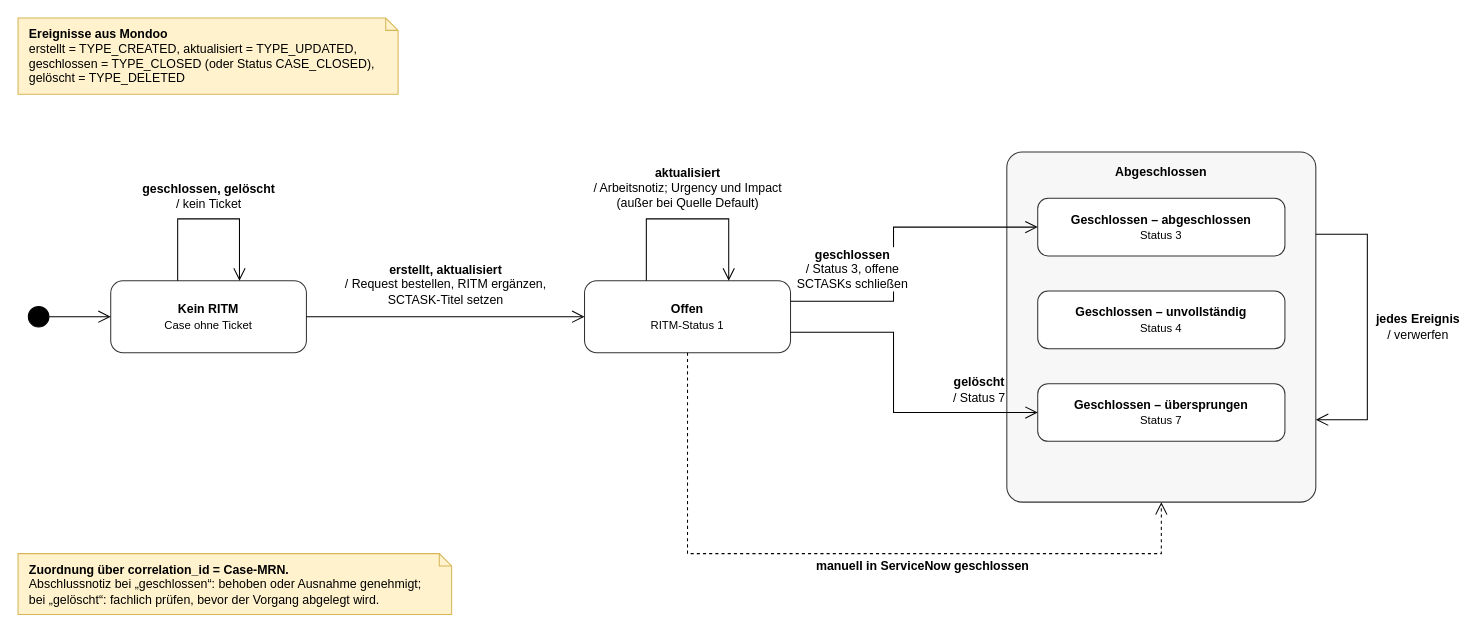
Before: docs/ticket-states.drawio in MarDolli09/mondoo_webhook, a draw.io diagram. Source tidied: cells renumbered, new cells numbered last; positions are measured from the earlier drawing's top-left corner, leaving out a move shared by most shapes. Both pictures are drawn from the tidied source at 103%, with x=0, y=0 at pixel (18, 18).
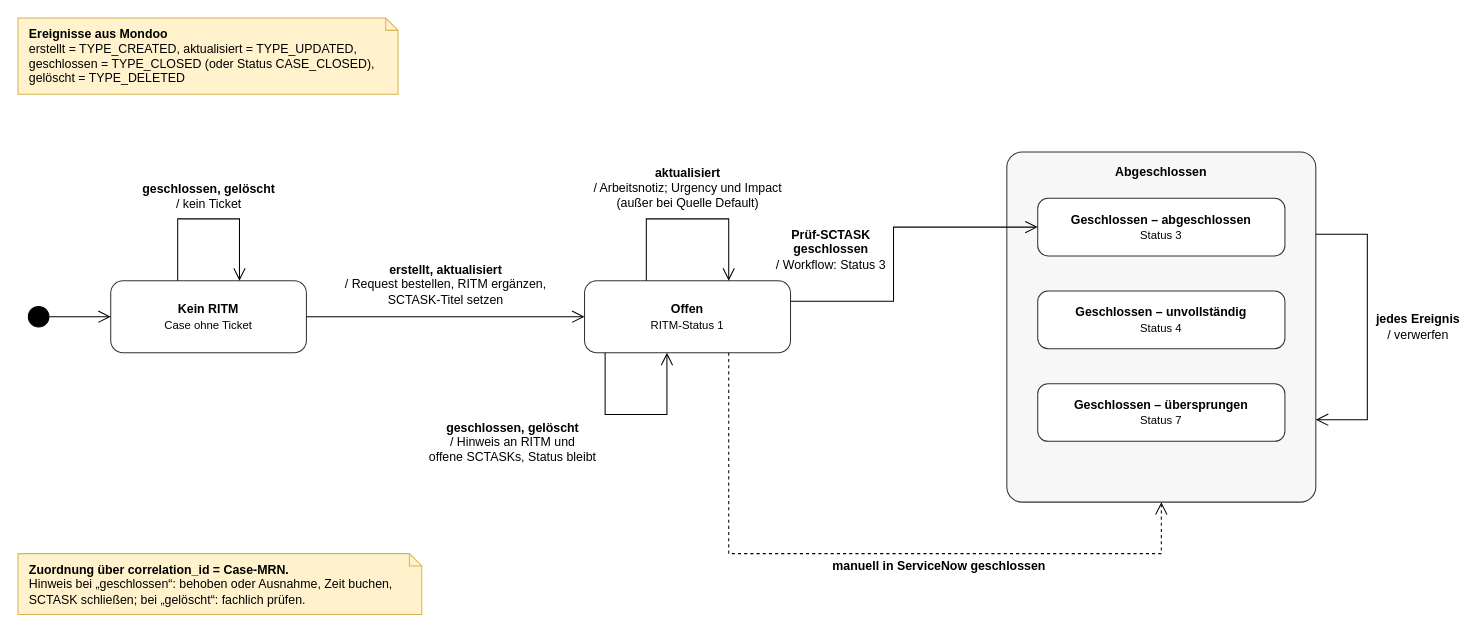
The same diagram, later.

The change refers to these unchanged cells:
```xml
<mxCell id="5" value="&lt;b&gt;Offen&lt;/b&gt;&lt;br&gt;&lt;span style=&quot;font-size:11px&quot;&gt;RITM-Status 1&lt;/span&gt;" style="rounded=1;whiteSpace=wrap;html=1;fillColor=#FFFFFF;strokeColor=#333333;fontSize=12;fontColor=#000000;align=center;verticalAlign=middle;spacing=8;strokeWidth=1;arcSize=17;" parent="1" vertex="1">
  <mxGeometry x="550" y="255" width="200" height="70" as="geometry" />
</mxCell>
<mxCell id="6" value="&lt;b&gt;Abgeschlossen&lt;/b&gt;" style="rounded=1;whiteSpace=wrap;html=1;fillColor=#F7F7F7;strokeColor=#333333;fontSize=12;fontColor=#000000;align=center;verticalAlign=top;spacing=8;strokeWidth=1;arcSize=5;" parent="1" vertex="1">
  <mxGeometry x="960" y="130" width="300" height="340" as="geometry" />
</mxCell>
<mxCell id="7" value="&lt;b&gt;Geschlossen – abgeschlossen&lt;/b&gt;&lt;br&gt;&lt;span style=&quot;font-size:11px&quot;&gt;Status 3&lt;/span&gt;" style="rounded=1;whiteSpace=wrap;html=1;fillColor=#FFFFFF;strokeColor=#333333;fontSize=12;fontColor=#000000;align=center;verticalAlign=middle;spacing=8;strokeWidth=1;arcSize=18;" parent="1" vertex="1">
  <mxGeometry x="990" y="175" width="240" height="56" as="geometry" />
</mxCell>
<mxCell id="9" value="&lt;b&gt;Geschlossen – übersprungen&lt;/b&gt;&lt;br&gt;&lt;span style=&quot;font-size:11px&quot;&gt;Status 7&lt;/span&gt;" style="rounded=1;whiteSpace=wrap;html=1;fillColor=#FFFFFF;strokeColor=#333333;fontSize=12;fontColor=#000000;align=center;verticalAlign=middle;spacing=8;strokeWidth=1;arcSize=18;" parent="1" vertex="1">
  <mxGeometry x="990" y="355" width="240" height="56" as="geometry" />
</mxCell>
```

What changed in the source:
```diff
@@
-    <mxCell id="10" value="&lt;b&gt;Zuordnung über correlation_id = Case-MRN.&lt;/b&gt;&lt;br&gt;Abschlussnotiz bei „geschlossen“: behoben oder Ausnahme genehmigt;&lt;br&gt;bei „gelöscht“: fachlich prüfen, bevor der Vorgang abgelegt wird." style="shape=note;whiteSpace=wrap;html=1;size=12;fillColor=#FFF2CC;strokeColor=#D6B656;align=left;verticalAlign=middle;spacingLeft=9;fontSize=12;fontColor=#000000;" parent="1" vertex="1">
-      <mxGeometry y="520" width="421" height="59" as="geometry" />
+    <mxCell id="10" value="&lt;b&gt;Zuordnung über correlation_id = Case-MRN.&lt;/b&gt;&lt;br&gt;Hinweis bei „geschlossen“: behoben oder Ausnahme, Zeit buchen,&lt;br&gt;SCTASK schließen; bei „gelöscht“: fachlich prüfen." style="shape=note;whiteSpace=wrap;html=1;size=12;fillColor=#FFF2CC;strokeColor=#D6B656;align=left;verticalAlign=middle;spacingLeft=9;fontSize=12;fontColor=#000000;" parent="1" vertex="1">
+      <mxGeometry y="520" width="392" height="59" as="geometry" />
     </mxCell>
@@
-    <mxCell id="15" value="&lt;b&gt;geschlossen&lt;/b&gt;&lt;br&gt;/ Status 3, offene&lt;br&gt;SCTASKs schließen" style="html=1;rounded=0;edgeStyle=orthogonalEdgeStyle;strokeColor=#000000;fontSize=12;fontColor=#000000;endArrow=open;endSize=10;labelBackgroundColor=#FFFFFF;exitX=1.0000;exitY=0.2857;exitDx=0;exitDy=0;exitPerimeter=0;entryX=0.0000;entryY=0.5000;entryDx=0;entryDy=0;entryPerimeter=0;" parent="1" edge="1" source="5" target="7">
-      <mxGeometry x="-0.6" relative="1" as="geometry">
+    <mxCell id="15" value="&lt;b&gt;Prüf-SCTASK&lt;/b&gt;&lt;br&gt;&lt;b&gt;geschlossen&lt;/b&gt;&lt;br&gt;/ Workflow: Status 3" style="html=1;rounded=0;edgeStyle=orthogonalEdgeStyle;strokeColor=#000000;fontSize=12;fontColor=#000000;endArrow=open;endSize=10;labelBackgroundColor=none;exitX=1.0000;exitY=0.2857;exitDx=0;exitDy=0;exitPerimeter=0;entryX=0.0000;entryY=0.5000;entryDx=0;entryDy=0;entryPerimeter=0;" parent="1" edge="1" source="5" target="7">
+      <mxGeometry x="-0.04" relative="1" as="geometry">
         <Array as="points">
           <mxPoint x="850" y="275" />
           <mxPoint x="850" y="203" />
         </Array>
-        <mxPoint x="-2" y="-31" as="offset" />
+        <mxPoint x="-61" as="offset" />
       </mxGeometry>
     </mxCell>
-    <mxCell id="16" value="&lt;b&gt;gelöscht&lt;/b&gt;&lt;br&gt;/ Status 7" style="html=1;rounded=0;edgeStyle=orthogonalEdgeStyle;strokeColor=#000000;fontSize=12;fontColor=#000000;endArrow=open;endSize=10;labelBackgroundColor=#FFFFFF;exitX=1.0000;exitY=0.7143;exitDx=0;exitDy=0;exitPerimeter=0;entryX=0.0000;entryY=0.5000;entryDx=0;entryDy=0;entryPerimeter=0;" parent="1" edge="1" source="5" target="9">
-      <mxGeometry x="0.64" relative="1" as="geometry">
+    <mxCell id="16" value="&lt;b&gt;geschlossen, gelöscht&lt;/b&gt;&lt;br&gt;/ Hinweis an RITM und&lt;br&gt;offene SCTASKs, Status bleibt" style="html=1;rounded=0;edgeStyle=orthogonalEdgeStyle;strokeColor=#000000;fontSize=12;fontColor=#000000;endArrow=open;endSize=10;labelBackgroundColor=none;exitX=0.1000;exitY=1.0000;exitDx=0;exitDy=0;exitPerimeter=0;entryX=0.4000;entryY=1.0000;entryDx=0;entryDy=0;entryPerimeter=0;" parent="1" edge="1" source="5" target="5">
+      <mxGeometry x="-0.33" relative="1" as="geometry">
         <Array as="points">
-          <mxPoint x="850" y="305" />
-          <mxPoint x="850" y="383" />
+          <mxPoint x="570" y="385" />
+          <mxPoint x="630" y="385" />
         </Array>
-        <mxPoint y="-22" as="offset" />
+        <mxPoint x="-90" y="27" as="offset" />
       </mxGeometry>
     </mxCell>
-    <mxCell id="17" value="&lt;b&gt;manuell in ServiceNow geschlossen&lt;/b&gt;" style="html=1;rounded=0;edgeStyle=orthogonalEdgeStyle;strokeColor=#000000;fontSize=12;fontColor=#000000;endArrow=open;endSize=10;dashed=1;labelBackgroundColor=#FFFFFF;exitX=0.5000;exitY=1.0000;exitDx=0;exitDy=0;exitPerimeter=0;entryX=0.5000;entryY=1.0000;entryDx=0;entryDy=0;entryPerimeter=0;" parent="1" edge="1" source="5" target="6">
+    <mxCell id="17" value="&lt;b&gt;manuell in ServiceNow geschlossen&lt;/b&gt;" style="html=1;rounded=0;edgeStyle=orthogonalEdgeStyle;strokeColor=#000000;fontSize=12;fontColor=#000000;endArrow=open;endSize=10;dashed=1;labelBackgroundColor=#FFFFFF;exitX=0.7000;exitY=1.0000;exitDx=0;exitDy=0;exitPerimeter=0;entryX=0.5000;entryY=1.0000;entryDx=0;entryDy=0;entryPerimeter=0;" parent="1" edge="1" source="5" target="6">
       <mxGeometry x="0.2" relative="1" as="geometry">
         <Array as="points">
-          <mxPoint x="650" y="520" />
+          <mxPoint x="690" y="520" />
           <mxPoint x="1110" y="520" />
         </Array>
         <mxPoint y="12" as="offset" />
       </mxGeometry>
     </mxCell>
```
